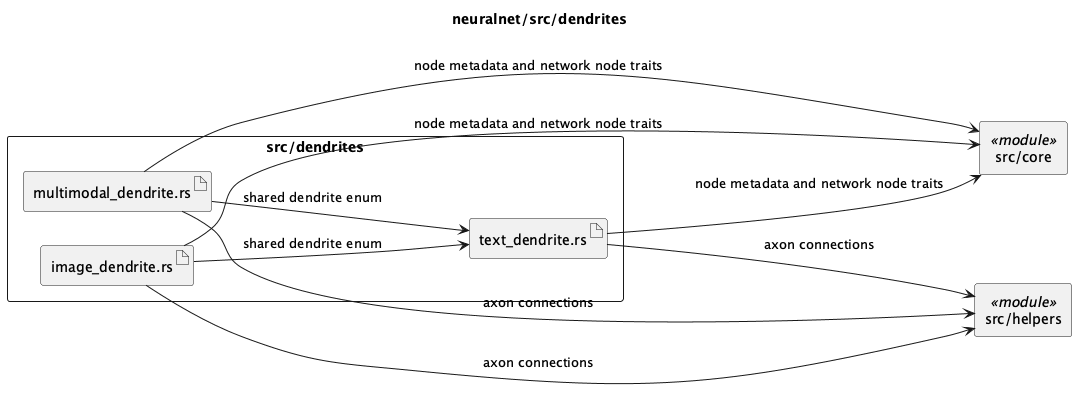
The PlantUML diagram library/neuralnet/src/dendrites/architecture.png in samcolak/neuron, before a commit. Source of this version:
```plantuml
@startuml
left to right direction
skinparam packageStyle rectangle
skinparam shadowing false
skinparam monochrome true
skinparam componentStyle rectangle

title neuralnet/src/dendrites

package "src/dendrites" {
  artifact "image_dendrite.rs" as image_dendrite
  artifact "multimodal_dendrite.rs" as multimodal_dendrite
  artifact "text_dendrite.rs" as text_dendrite
}

component "src/core" as core <<module>>
component "src/helpers" as helpers <<module>>

text_dendrite --> core : node metadata and network node traits
text_dendrite --> helpers : axon connections
image_dendrite --> core : node metadata and network node traits
image_dendrite --> helpers : axon connections
image_dendrite --> text_dendrite : shared dendrite enum
multimodal_dendrite --> core : node metadata and network node traits
multimodal_dendrite --> helpers : axon connections
multimodal_dendrite --> text_dendrite : shared dendrite enum
@enduml
```
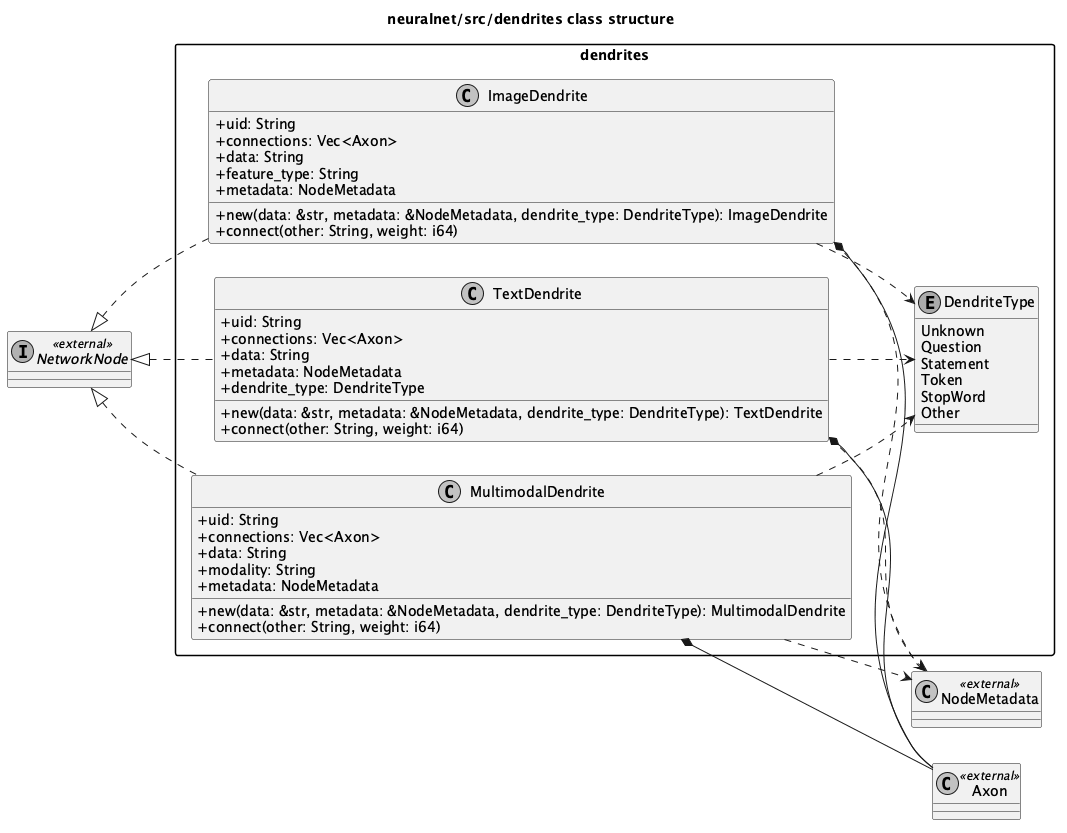
After the commit.

The edit, as a diff of the source:
```diff
@@ -3,25 +3,68 @@
 skinparam packageStyle rectangle
 skinparam shadowing false
 skinparam monochrome true
-skinparam componentStyle rectangle
+skinparam classAttributeIconSize 0
 
-title neuralnet/src/dendrites
+title neuralnet/src/dendrites class structure
 
-package "src/dendrites" {
-  artifact "image_dendrite.rs" as image_dendrite
-  artifact "multimodal_dendrite.rs" as multimodal_dendrite
-  artifact "text_dendrite.rs" as text_dendrite
+package "dendrites" {
+  enum DendriteType {
+    Unknown
+    Question
+    Statement
+    Token
+    StopWord
+    Other
+  }
+
+  class TextDendrite {
+    + uid: String
+    + connections: Vec<Axon>
+    + data: String
+    + metadata: NodeMetadata
+    + dendrite_type: DendriteType
+    + new(data: &str, metadata: &NodeMetadata, dendrite_type: DendriteType): TextDendrite
+    + connect(other: String, weight: i64)
+  }
+
+  class ImageDendrite {
+    + uid: String
+    + connections: Vec<Axon>
+    + data: String
+    + feature_type: String
+    + metadata: NodeMetadata
+    + new(data: &str, metadata: &NodeMetadata, dendrite_type: DendriteType): ImageDendrite
+    + connect(other: String, weight: i64)
+  }
+
+  class MultimodalDendrite {
+    + uid: String
+    + connections: Vec<Axon>
+    + data: String
+    + modality: String
+    + metadata: NodeMetadata
+    + new(data: &str, metadata: &NodeMetadata, dendrite_type: DendriteType): MultimodalDendrite
+    + connect(other: String, weight: i64)
+  }
 }
 
-component "src/core" as core <<module>>
-component "src/helpers" as helpers <<module>>
+interface NetworkNode <<external>>
+class NodeMetadata <<external>>
+class Axon <<external>>
 
-text_dendrite --> core : node metadata and network node traits
-text_dendrite --> helpers : axon connections
-image_dendrite --> core : node metadata and network node traits
-image_dendrite --> helpers : axon connections
-image_dendrite --> text_dendrite : shared dendrite enum
-multimodal_dendrite --> core : node metadata and network node traits
-multimodal_dendrite --> helpers : axon connections
-multimodal_dendrite --> text_dendrite : shared dendrite enum
+NetworkNode <|.. TextDendrite
+NetworkNode <|.. ImageDendrite
+NetworkNode <|.. MultimodalDendrite
+
+TextDendrite *-- Axon
+ImageDendrite *-- Axon
+MultimodalDendrite *-- Axon
+
+TextDendrite ..> NodeMetadata
+ImageDendrite ..> NodeMetadata
+MultimodalDendrite ..> NodeMetadata
+
+TextDendrite ..> DendriteType
+ImageDendrite ..> DendriteType
+MultimodalDendrite ..> DendriteType
 @enduml
```
